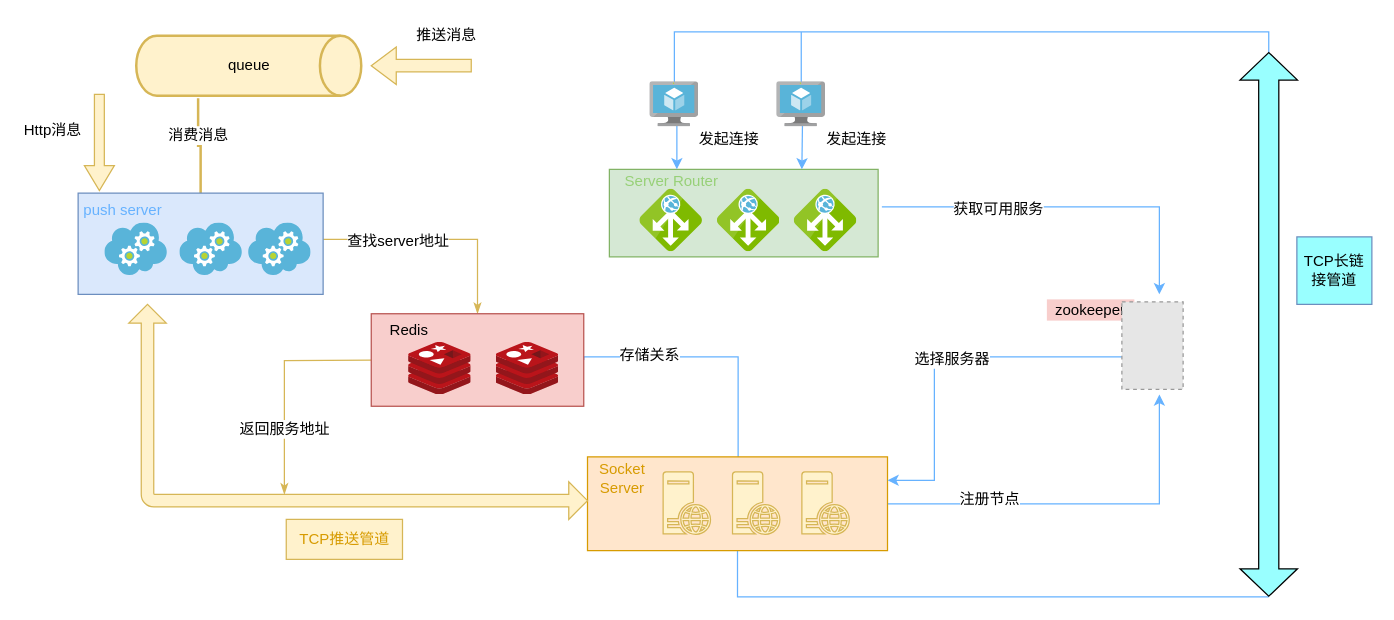
Above: 3.drawio in wangxinzhang/learngit (draw.io), before the change. Source tidied: cells renumbered, new cells numbered last; positions are measured from the earlier drawing's top-left corner, leaving out a move shared by most shapes. Both pictures are drawn from the tidied source at 125%, with x=0, y=0 at pixel (21, 15). Pictures stored in the file or linked from it are replaced by grey dashed boxes.
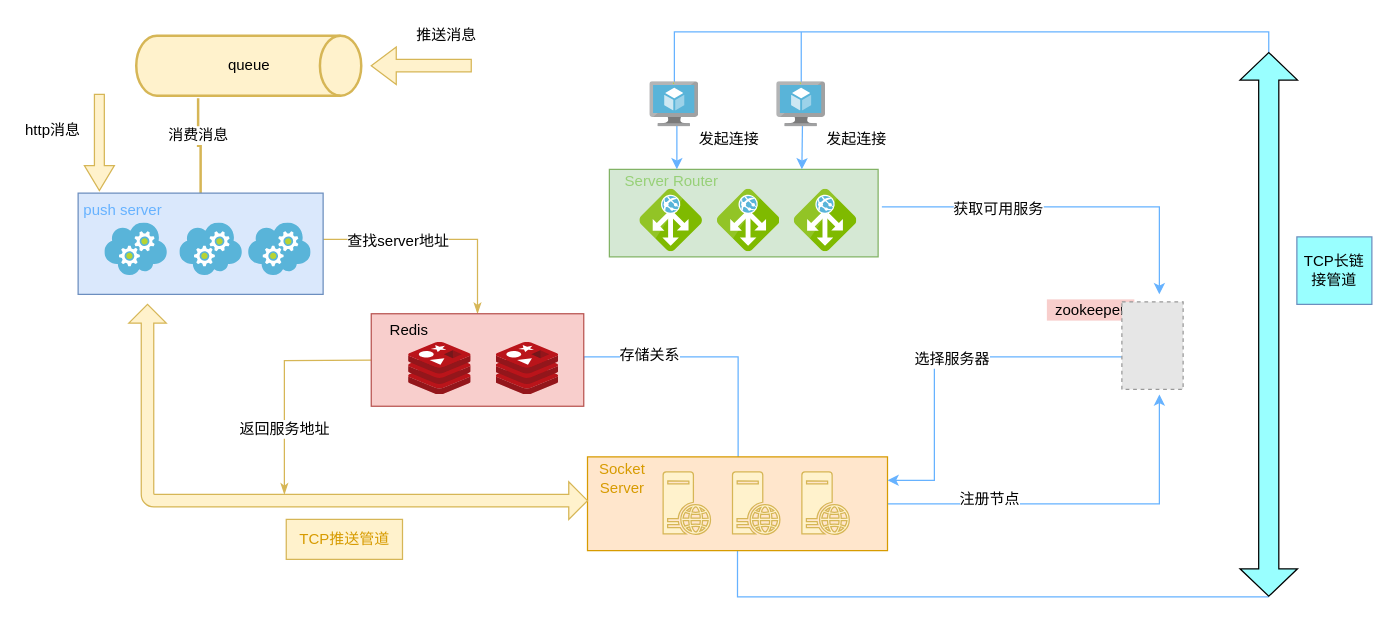
After the change.

What changed in the source:
```diff
@@
-    <mxCell id="55" value="Http消息" style="text;html=1;strokeColor=none;fillColor=none;align=center;verticalAlign=middle;whiteSpace=wrap;rounded=0;labelBackgroundColor=#ffffff;fontColor=#000000;" parent="1" vertex="1">
+    <mxCell id="55" value="http消息" style="text;html=1;strokeColor=none;fillColor=none;align=center;verticalAlign=middle;whiteSpace=wrap;rounded=0;labelBackgroundColor=#ffffff;fontColor=#000000;" parent="1" vertex="1">
       <mxGeometry y="82" width="50" height="20" as="geometry" />
     </mxCell>
```
